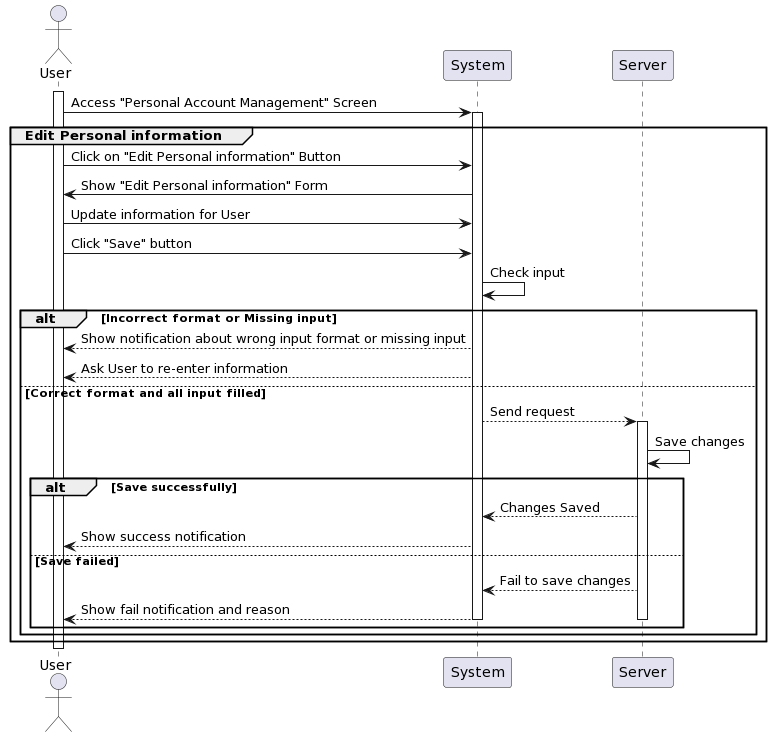
khoapham1003/SE357-Pratice-class keeps this PlantUML diagram as Lab1/Lab1.2/SequenceDiagram/SystemManagement/PersonalAccountManagement/PersonalAccountManagement_SequenceDiagram.png. Above is the earlier version. The source it was exported from:
```plantuml
@startuml
actor User as User
participant System
participant Server

activate User
User -> System: Access "Personal Account Management" Screen
activate System
group Edit Personal information
    User -> System: Click on "Edit Personal information" Button
    System -> User: Show "Edit Personal information" Form
    User -> System: Update information for User
    User -> System: Click "Save" button
    System -> System: Check input
    alt Incorrect format or Missing input
        System --> User: Show notification about wrong input format or missing input
        System --> User: Ask User to re-enter information
    else Correct format and all input filled
        System --> Server: Send request
activate Server
         Server -> Server: Save changes
         alt Save successfully
         Server --> System: Changes Saved
         System --> User: Show success notification
    else Save failed
         Server --> System: Fail to save changes
         System --> User: Show fail notification and reason
deactivate System
deactivate Server
    end
end
end

deactivate Server
deactivate User
@enduml
```
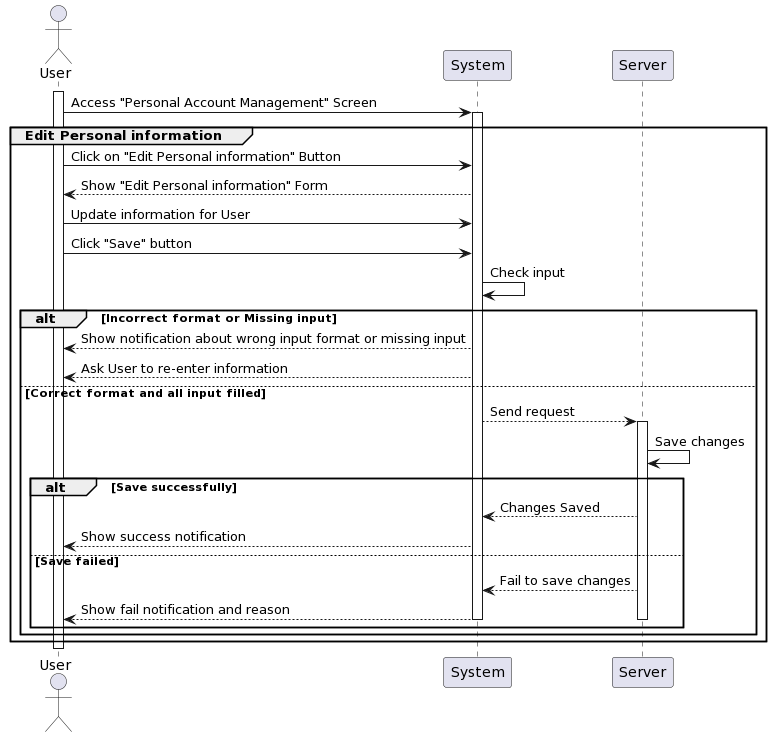
After the change.

What changed in the source:
```diff
@@ -8,7 +8,7 @@
 activate System
 group Edit Personal information
     User -> System: Click on "Edit Personal information" Button
-    System -> User: Show "Edit Personal information" Form
+    System --> User: Show "Edit Personal information" Form
     User -> System: Update information for User
     User -> System: Click "Save" button
     System -> System: Check input
```
